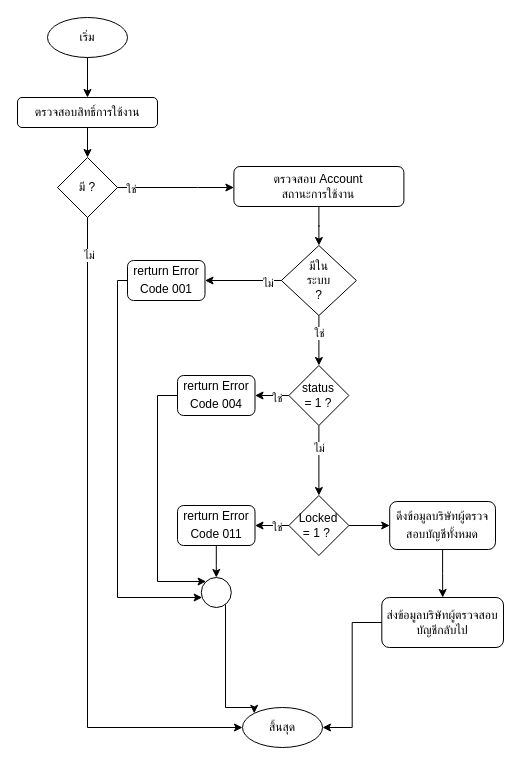
Above: page "หน้า-1" (1 of 4) of newsType.drawio in charifrodmanee/charifrodmanee (draw.io), before the change. Source tidied: cells renumbered, new cells numbered last; positions are measured from the earlier drawing's top-left corner, leaving out a move shared by most shapes. Both pictures are drawn from the tidied source at 100%, with x=0, y=0 at pixel (17, 17).
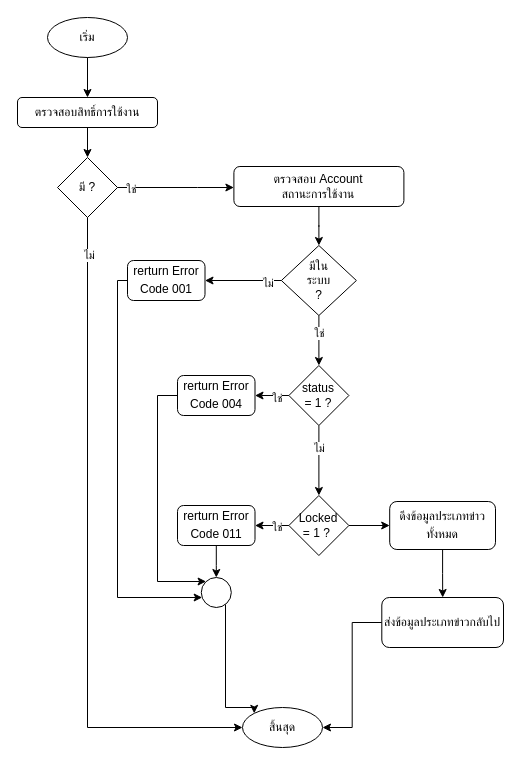
After the change.

Diff of the diagram source:
```diff
@@
-    <mxCell id="35" value="ดึงข้อมูลบริษัทผู้ตรวจสอบบัญชีทั้งหมด&lt;span style=&quot;font-size: medium; text-align: start;&quot;&gt;&lt;/span&gt;" style="rounded=1;whiteSpace=wrap;html=1;" parent="1" vertex="1">
+    <mxCell id="35" value="ดึงข้อมูลประเภทข่าวทั้งหมด&lt;span style=&quot;font-size: medium; text-align: start;&quot;&gt;&lt;/span&gt;" style="rounded=1;whiteSpace=wrap;html=1;" parent="1" vertex="1">
       <mxGeometry x="372.2" y="484" width="105.8" height="48" as="geometry" />
     </mxCell>
@@
-    <mxCell id="38" value="ส่งข้อมูลบริษัทผู้ตรวจสอบบัญชีกลับไป" style="rounded=1;whiteSpace=wrap;html=1;" parent="1" vertex="1">
+    <mxCell id="38" value="ส่งข้อมูลประเภทข่าวกลับไป" style="rounded=1;whiteSpace=wrap;html=1;" parent="1" vertex="1">
       <mxGeometry x="364.3" y="580" width="121.7" height="50" as="geometry" />
     </mxCell>
```
